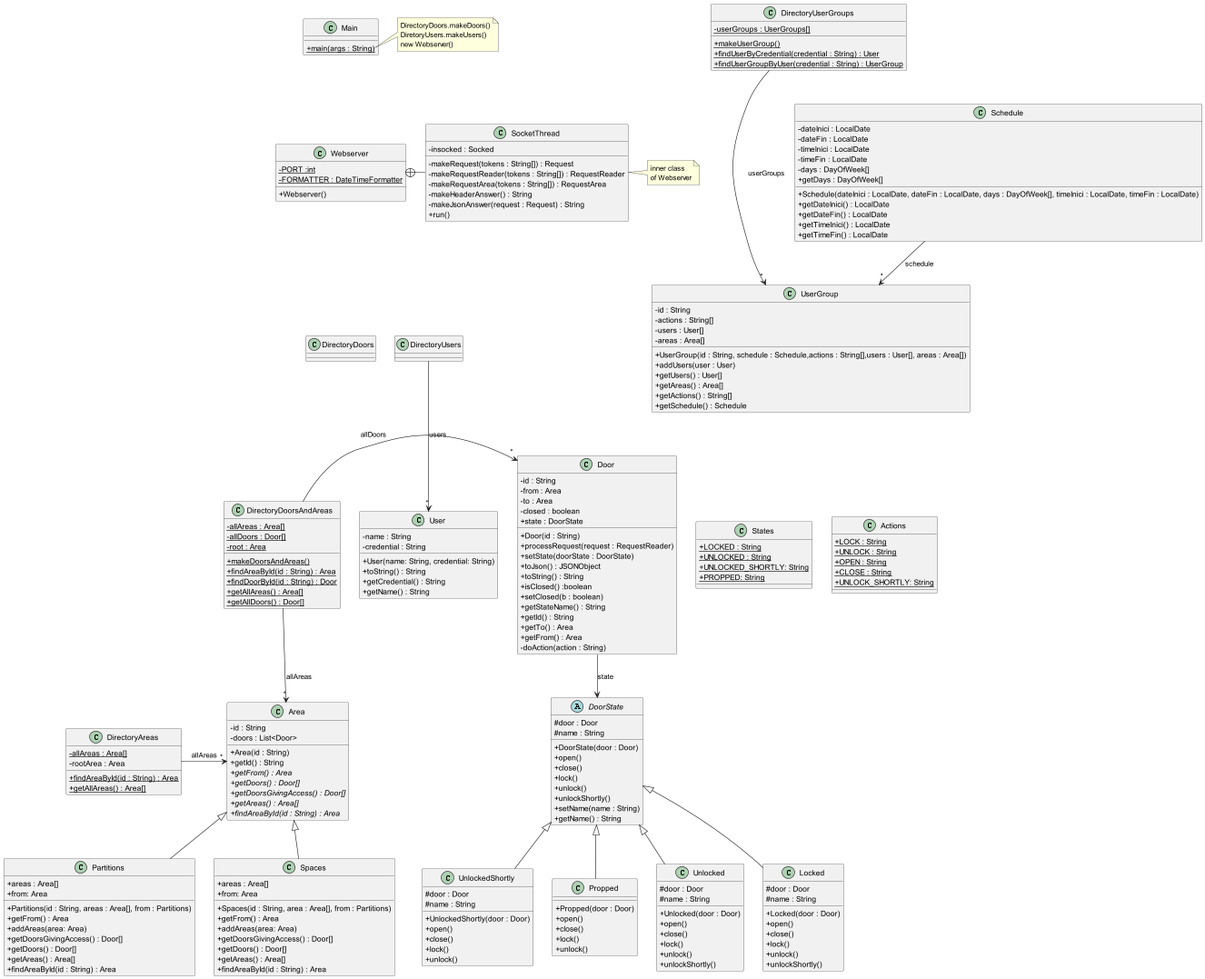
The PlantUML diagram src/basenostates/uml/base_no_states.png in MC4MP02/ACS, before a commit. The source it was exported from:
```plantuml
@startuml
skinparam classAttributeIconSize 0

class Webserver {
- {static} PORT :int
- {static} FORMATTER : DateTimeFormatter
+ Webserver()
}

class SocketThread {
- insocked : Socked
- makeRequest(tokens : String[]) : Request
- makeRequestReader(tokens : String[]) : RequestReader
- makeRequestArea(tokens : String[]) : RequestArea
- makeHeaderAnswer() : String
- makeJsonAnswer(request : Request) : String
+ run()
}

Webserver +-right- SocketThread

note right of SocketThread
inner class
of Webserver
end note

class DirectoryUserGroups {
- {static} userGroups : UserGroups[]
+ {static} makeUserGroup()
+ {static} findUserByCredential(credential : String) : User
+ {static} findUserGroupByUser(credential : String) : UserGroup
}

class UserGroup {
- id : String
- actions : String[]
- users : User[]
- areas : Area[]
+ UserGroup(id : String, schedule : Schedule,actions : String[],users : User[], areas : Area[])
+ addUsers(user : User)
+ getUsers() : User[]
+ getAreas() : Area[]
+ getActions() : String[]
+ getSchedule() : Schedule

}
DirectoryUserGroups --> "*" UserGroup : "userGroups"
DirectoryUsers --> "*" User : "users"
Schedule --> "*" UserGroup : schedule

class Door {
- id : String
- from : Area
- to : Area
- closed : boolean
+ state : DoorState
+ Door(id : String)
+ processRequest(request : RequestReader)
+ setState(doorState : DoorState)
+ toJson() : JSONObject
+ toString() : String
+ isClosed() :boolean
+ setClosed(b : boolean)
+ getStateName() : String
+ getId() : String
+ getTo() : Area
+ getFrom() : Area
- doAction(action : String)
}

abstract class DoorState{
#door : Door
#name : String
+ DoorState(door : Door)
+ open()
+ close()
+ lock()
+ unlock()
+ unlockShortly()
+ setName(name : String)
+ getName() : String
}

class Unlocked extends DoorState {
#door : Door
#name : String
+ Unlocked(door : Door)
+ open()
+ close()
+ lock()
+ unlock()
+ unlockShortly()
}

class Locked extends DoorState {
#door : Door
#name : String
+ Locked(door : Door)
+ open()
+ close()
+ lock()
+ unlock()
+ unlockShortly()
}

class UnlockedShortly extends DoorState {
#door : Door
#name : String
+ UnlockedShortly(door : Door)
+ open()
+ close()
+ lock()
+ unlock()
}

class States {
+ {static} LOCKED : String
+ {static} UNLOCKED : String
+ {static} UNLOCKED_SHORTLY: String
+ {static} PROPPED: String
}

class Actions {
+ {static} LOCK : String
+ {static} UNLOCK : String
+ {static} OPEN : String
+ {static} CLOSE : String
+ {static} UNLOCK_SHORTLY: String
}

class User {
- name : String
- credential : String
+ User(name: String, credential: String)
+ toString() : String
+ getCredential() : String
+ getName() : String
}


class Area {
- id : String
- doors : List<Door>
+ Area(id : String)
+ getId() : String
+ {abstract} getFrom() : Area
+ {abstract} getDoors() : Door[]
+ {abstract} getDoorsGivingAccess() : Door[]
+ {abstract} getAreas() : Area[]
+ {abstract} findAreaById(id : String) : Area
}

class Partitions extends Area {
+ areas : Area[]
+ from: Area
+ Partitions(id : String, areas : Area[], from : Partitions)
+ getFrom() : Area
+ addAreas(area: Area)
+ getDoorsGivingAccess() : Door[]
+ getDoors() : Door[]
+ getAreas() : Area[]
+ findAreaById(id : String) : Area
}

class Propped extends DoorState {
+ Propped(door : Door)
+ open()
+ close()
+ lock()
+ unlock()
}

class Schedule {
- dateInici : LocalDate
- dateFin : LocalDate
- timeInici : LocalDate
- timeFin : LocalDate
- days : DayOfWeek[]
+ Schedule(dateInici : LocalDate, dateFin : LocalDate, days : DayOfWeek[], timeInici : LocalDate, timeFin : LocalDate)
+ getDateInici() : LocalDate
+ getDateFin() : LocalDate
+ getTimeInici() : LocalDate
+ getTimeFin() : LocalDate
+ getDays : DayOfWeek[]
}

class Spaces extends Area {
+ areas : Area[]
+ from: Area
+ Spaces(id : String, area : Area[], from : Partitions)
+  getFrom() : Area
+ addAreas(area: Area)
+ getDoorsGivingAccess() : Door[]
+ getDoors() : Door[]
+ getAreas() : Area[]
+ findAreaById(id : String) : Area
}

class DirectoryAreas {
- {static} allAreas : Area[]
- rootArea : Area
+ {static} findAreaById(id : String) : Area
+ {static} getAllAreas() : Area[]
}

DirectoryAreas --> "*" Area : "allAreas"

class DirectoryDoorsAndAreas {
- {static} allAreas : Area[]
- {static} allDoors : Door[]
- {static} root : Area
+ {static} makeDoorsAndAreas()
+ {static} findAreaById(id : String) : Area
+ {static} findDoorById(id : String) : Door
+ {static} getAllAreas() : Area[]
+ {static} getAllDoors() : Door[]
}
DirectoryDoorsAndAreas --> "*" Area : "allAreas"
DirectoryDoorsAndAreas --> "*" Door : "allDoors"


class Main {
+ {static} main(args : String)
}

note right of Main::main
DirectoryDoors.makeDoors()
DiretoryUsers.makeUsers()
new Webserver()
end note

DirectoryUserGroups -[hidden]down- Schedule
DirectoryDoorsAndAreas -[hidden]left- Door
DirectoryAreas -[hidden]right- Area
Area -[hidden]up- User
Main -[hidden]down- Webserver
Webserver -[hidden]down- DirectoryDoors
DirectoryDoors -[hidden]right- DirectoryUsers
Door -down-> DoorState : state
Door -[hidden]right- States
States -[hidden]right- Actions
@enduml
```
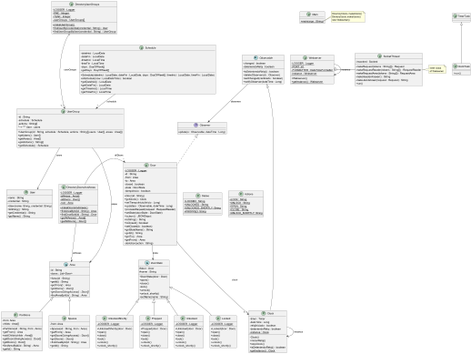
Above is the later version.

Diff of the diagram source:
```diff
@@ -2,10 +2,14 @@
 skinparam classAttributeIconSize 0
 
 class Webserver {
+- {static} LOGGER : Logger
 - {static} PORT :int
 - {static} FORMATTER : DateTimeFormatter
+- {static} instance : Webserver
 + Webserver()
++ {static} getInstance() : Webserver
 }
+Webserver --> Webserver : instance
 
 class SocketThread {
 - insocked : Socked
@@ -24,37 +28,34 @@
 of Webserver
 end note
 
-class DirectoryUserGroups {
-- {static} userGroups : UserGroups[]
-+ {static} makeUserGroup()
-+ {static} findUserByCredential(credential : String) : User
-+ {static} findUserGroupByUser(credential : String) : UserGroup
-}
-
 class UserGroup {
 - id : String
+- schedule : Schedule
 - actions : String[]
-- users : User[]
-- areas : Area[]
-+ UserGroup(id : String, schedule : Schedule,actions : String[],users : User[], areas : Area[])
-+ addUsers(user : User)
++ UserGroup(id : String, schedule : Schedule, actions : String[],users : User[], areas : Area[])
 + getUsers() : User[]
 + getAreas() : Area[]
 + getActions() : String[]
 + getSchedule() : Schedule
+}
+UserGroup --> Area : areas
+UserGroup --> User : users
+DirectoryUserGroups o--> "1..*" UserGroup : "userGroups"
+Schedule --> "*" UserGroup : schedule
+UserGroup : *--> "*" User : users
 
-}
-DirectoryUserGroups --> "*" UserGroup : "userGroups"
-DirectoryUsers --> "*" User : "users"
-Schedule --> "*" UserGroup : schedule
-
-class Door {
+class Door implements Observer{
+- {static} LOGGER : Logger
 - id : String
 - from : Area
 - to : Area
 - closed : boolean
-+ state : DoorState
+- state : DoorState
+- tiempoInicio : boolean
 + Door(id : String)
++ getClock() : Clock
++ setTiempoInicio(tInicio : Long)
++ update(o : Observable, dateTime : Long)
 + processRequest(request : RequestReader)
 + setState(doorState : DoorState)
 + toJson() : JSONObject
@@ -67,6 +68,7 @@
 + getFrom() : Area
 - doAction(action : String)
 }
+Door ---> "1..*" Clock : "clock"
 
 abstract class DoorState{
 #door : Door
@@ -76,41 +78,62 @@
 + close()
 + lock()
 + unlock()
-+ unlockShortly()
++ unlock_shortly()
 + setName(name : String)
-+ getName() : String
+}
+
+abstract class Observable {
+- changed : boolean
+- deteniendoReloj : boolean
++ isDeteniendoReloj() : boolean
++ deleteObserver(ob : Observer)
++ setChanged(cambiado : boolean)
++ notifyObserver(dateTime : Long)
+}
+Observable --> Observer : observers
+
+interface Observer {
+update(o : Observable, dateTime : Long)
 }
 
 class Unlocked extends DoorState {
-#door : Door
-#name : String
+- {static} LOGGER : Logger
 + Unlocked(door : Door)
 + open()
 + close()
 + lock()
 + unlock()
-+ unlockShortly()
++ unlock_shortly()
 }
 
 class Locked extends DoorState {
-#door : Door
-#name : String
+- {static} LOGGER : Logger
 + Locked(door : Door)
 + open()
 + close()
 + lock()
 + unlock()
-+ unlockShortly()
++ unlock_shortly()
 }
 
 class UnlockedShortly extends DoorState {
-#door : Door
-#name : String
+- {static} LOGGER : Logger
 + UnlockedShortly(door : Door)
 + open()
 + close()
 + lock()
 + unlock()
++ unlock_shortly()
+}
+
+class Propped extends DoorState {
+- {static} LOGGER : Logger
++ Propped(door : Door)
++ open()
++ close()
++ lock()
++ unlock()
++ unlock_shortly()
 }
 
 class States {
@@ -138,7 +161,7 @@
 }
 
 
-class Area {
+abstract class Area {
 - id : String
 - doors : List<Door>
 + Area(id : String)
@@ -146,66 +169,67 @@
 + {abstract} getFrom() : Area
 + {abstract} getDoors() : Door[]
 + {abstract} getDoorsGivingAccess() : Door[]
-+ {abstract} getAreas() : Area[]
 + {abstract} findAreaById(id : String) : Area
 }
 
+class Clock extends Observable{
+- timer : Timer
+- dateTime : Long
+- relojIniciado : boolean
+- deteniendoReloj : boolean
+- {static} instance : Clock
+- Clock()
++ iniciarReloj()
++ stopClock()
++ isDeteniendoReloj() : boolean
++ {static} getInstance() : Clock
+}
+
+Clock --> Clock : instance
+
+class ClockTask extends TimerTask {
++ run()
+}
+
 class Partitions extends Area {
-+ areas : Area[]
-+ from: Area
-+ Partitions(id : String, areas : Area[], from : Partitions)
+- from: Area
+- childs : Area[]
++ Partitions(id : String, from : Area)
 + getFrom() : Area
-+ addAreas(area: Area)
++ addChilds(childs : Area[])
 + getDoorsGivingAccess() : Door[]
 + getDoors() : Door[]
-+ getAreas() : Area[]
 + findAreaById(id : String) : Area
++ getId() : String
 }
 
-class Propped extends DoorState {
-+ Propped(door : Door)
-+ open()
-+ close()
-+ lock()
-+ unlock()
+class Spaces extends Area {
+- from: Area
++ Spaces(id : String, from : Area)
++  getFrom() : Area
++ getDoorsGivingAccess() : Door[]
++ getDoors() : Door[]
++ findAreaById(id : String) : Area
++ getId() : String
 }
 
 class Schedule {
 - dateInici : LocalDate
 - dateFin : LocalDate
-- timeInici : LocalDate
-- timeFin : LocalDate
+- timeInici : LocalTime
+- timeFin : LocalTime
 - days : DayOfWeek[]
 + Schedule(dateInici : LocalDate, dateFin : LocalDate, days : DayOfWeek[], timeInici : LocalDate, timeFin : LocalDate)
++ isSchedule(now : LocalDateTime) : boolean
 + getDateInici() : LocalDate
 + getDateFin() : LocalDate
-+ getTimeInici() : LocalDate
-+ getTimeFin() : LocalDate
++ getTimeInici() : LocalTime
++ getTimeFin() : LocalTime
 + getDays : DayOfWeek[]
 }
 
-class Spaces extends Area {
-+ areas : Area[]
-+ from: Area
-+ Spaces(id : String, area : Area[], from : Partitions)
-+  getFrom() : Area
-+ addAreas(area: Area)
-+ getDoorsGivingAccess() : Door[]
-+ getDoors() : Door[]
-+ getAreas() : Area[]
-+ findAreaById(id : String) : Area
-}
-
-class DirectoryAreas {
-- {static} allAreas : Area[]
-- rootArea : Area
-+ {static} findAreaById(id : String) : Area
-+ {static} getAllAreas() : Area[]
-}
-
-DirectoryAreas --> "*" Area : "allAreas"
-
 class DirectoryDoorsAndAreas {
+- {static} LOGGER : Logger
 - {static} allAreas : Area[]
 - {static} allDoors : Door[]
 - {static} root : Area
@@ -218,6 +242,15 @@
 DirectoryDoorsAndAreas --> "*" Area : "allAreas"
 DirectoryDoorsAndAreas --> "*" Door : "allDoors"
 
+class DirectoryUserGroups {
+- {static} LOGGER : Logger
+- {static} ONE : Integer
+- {static} YEAR : Integer
+- {static} userGroups : UserGroups[]
++ {static} makeUserGroup()
++ {static} findUserByCredential(credential : String) : User
++ {static} findUserGroupByUser(credential : String) : UserGroup
+}
 
 class Main {
 + {static} main(args : String)
@@ -231,11 +264,8 @@
 
 DirectoryUserGroups -[hidden]down- Schedule
 DirectoryDoorsAndAreas -[hidden]left- Door
-DirectoryAreas -[hidden]right- Area
 Area -[hidden]up- User
 Main -[hidden]down- Webserver
-Webserver -[hidden]down- DirectoryDoors
-DirectoryDoors -[hidden]right- DirectoryUsers
 Door -down-> DoorState : state
 Door -[hidden]right- States
 States -[hidden]right- Actions
```
